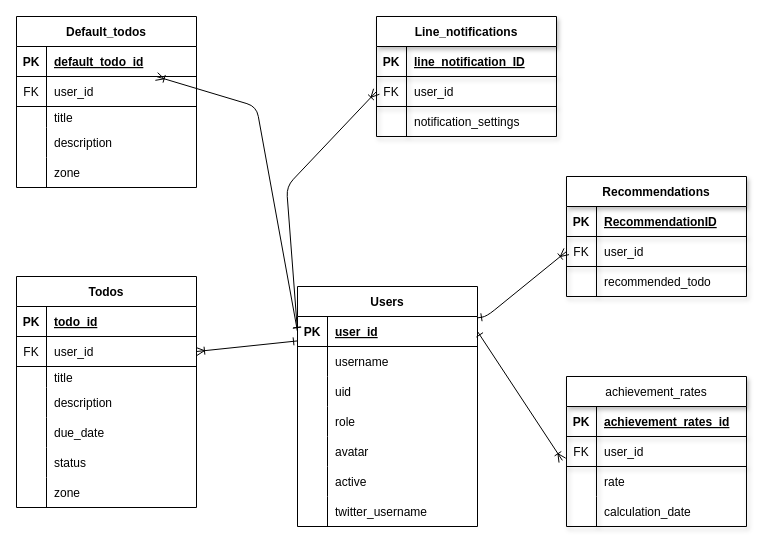
Earlier version of the draw.io diagram erDiagram.dio (mikurikuri11/Taskzen). Source tidied: cells renumbered, new cells numbered last; positions are measured from the earlier drawing's top-left corner, leaving out a move shared by most shapes. Both pictures are drawn from the tidied source at 100%, with x=0, y=0 at pixel (16, 16).
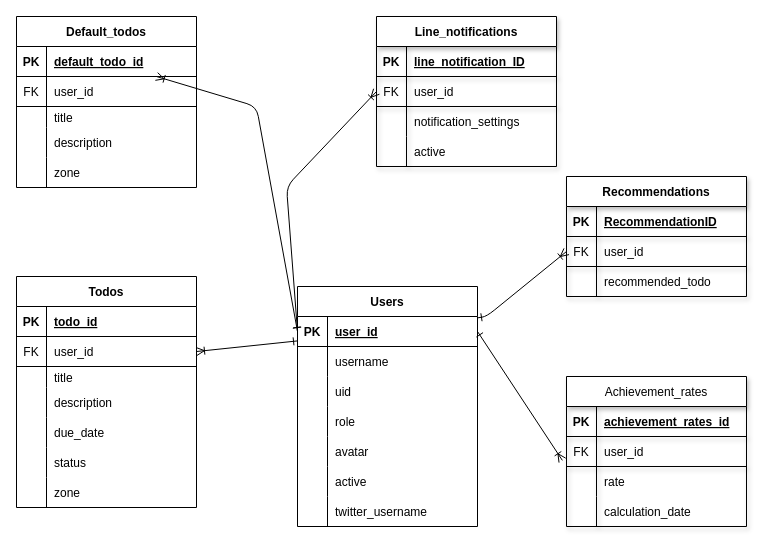
Above is the later version.

The edit, as a diff of the source:
```diff
@@
     <mxCell id="46" value="Line_notifications" style="shape=table;startSize=30;childLayout=tableLayout;rowLines=0;fontStyle=1;align=center;shadow=1;labelBorderColor=none;" parent="1" vertex="1">
-      <mxGeometry x="360" width="180" height="120" as="geometry" />
+      <mxGeometry x="360" width="180" height="150" as="geometry" />
     </mxCell>
@@
+    <mxCell id="100" style="shape=tableRow;horizontal=0;startSize=0;swimlaneHead=0;swimlaneBody=0;fillColor=none;top=0;left=0;right=0;bottom=0;shadow=1;labelBorderColor=none;" parent="46" vertex="1">
+      <mxGeometry y="120" width="180" height="30" as="geometry" />
+    </mxCell>
+    <mxCell id="101" style="shape=partialRectangle;fillColor=none;top=0;left=0;bottom=0;right=0;overflow=hidden;shadow=1;labelBorderColor=none;" parent="100" vertex="1">
+      <mxGeometry width="30" height="30" as="geometry" />
+    </mxCell>
+    <mxCell id="102" value="active" style="shape=partialRectangle;fillColor=none;top=0;left=0;bottom=0;right=0;align=left;spacingLeft=6;overflow=hidden;shadow=1;labelBorderColor=none;" parent="100" vertex="1">
+      <mxGeometry x="30" width="150" height="30" as="geometry" />
+    </mxCell>
@@
-    <mxCell id="66" value="achievement_rates" style="shape=table;startSize=30;childLayout=tableLayout;rowLines=0;fontStyle=0;align=center;shadow=1;labelBorderColor=none;" parent="1" vertex="1">
+    <mxCell id="66" value="Achievement_rates" style="shape=table;startSize=30;childLayout=tableLayout;rowLines=0;fontStyle=0;align=center;shadow=1;labelBorderColor=none;" parent="1" vertex="1">
       <mxGeometry x="550" y="360" width="180" height="150" as="geometry" />
     </mxCell>
```
